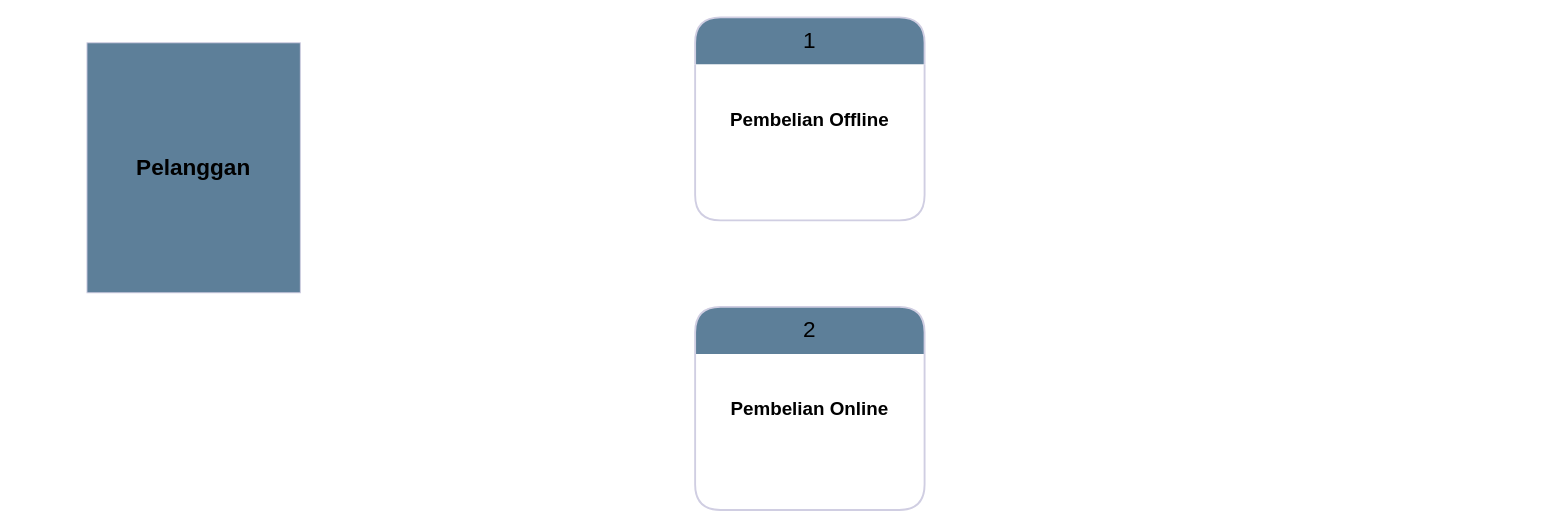
This is DFD kel 1.drawio from shinoaaa/DFD, a draw.io file, before an edit. Source tidied: cells renumbered, new cells numbered last; positions are measured from the earlier drawing's top-left corner, leaving out a move shared by most shapes. Both pictures are drawn from the tidied source at 94%, with x=0, y=0 at pixel (86, 17).
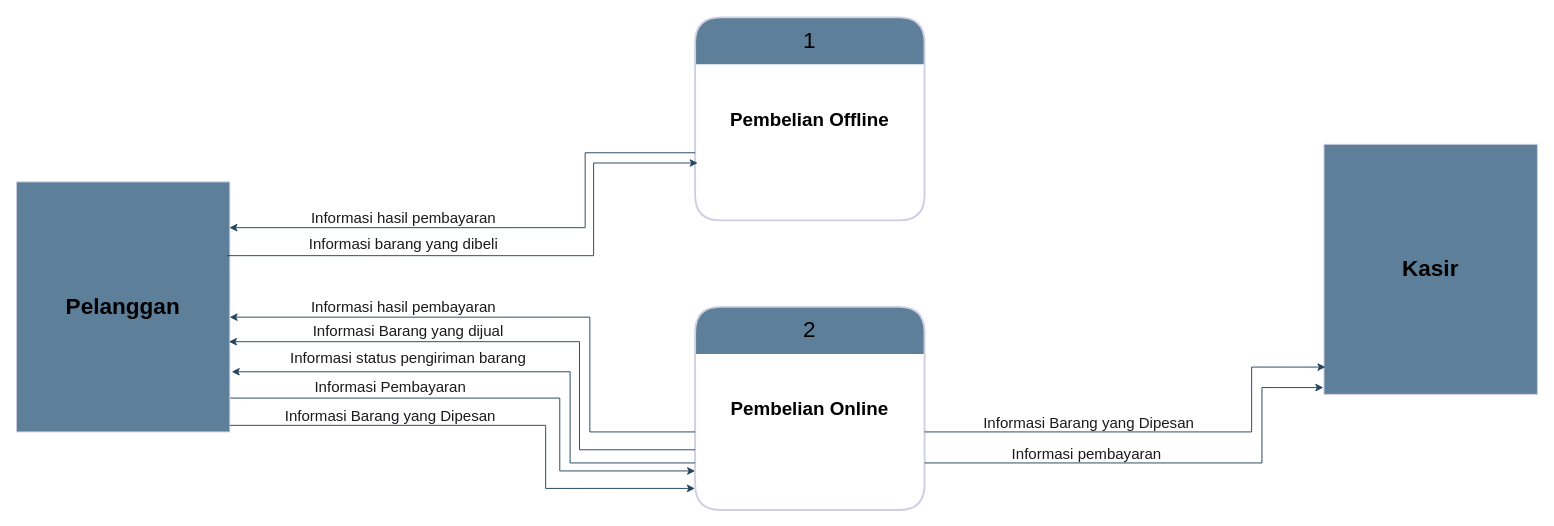
After the change.

The change refers to these unchanged cells:
```xml
<mxCell id="4" value="&lt;h2 style=&quot;&quot;&gt;&lt;font style=&quot;color: light-dark(rgb(0, 0, 0), rgb(18, 18, 18));&quot;&gt;&lt;font style=&quot;font-size: 20px;&quot;&gt;&lt;br&gt;&lt;/font&gt;&lt;font&gt;&lt;span style=&quot;font-size: 20px;&quot;&gt;Pembelian Offline&lt;/span&gt;&lt;/font&gt;&lt;/font&gt;&lt;/h2&gt;" style="align=center;strokeColor=none;fillColor=none;spacingLeft=4;spacingRight=4;fontSize=12;verticalAlign=top;html=1;whiteSpace=wrap;labelBackgroundColor=none;fontColor=#1A1A1A;" parent="3" vertex="1">
  <mxGeometry y="50" width="244.1" height="166" as="geometry" />
</mxCell>
<mxCell id="6" value="&lt;h2 style=&quot;&quot;&gt;&lt;font style=&quot;color: light-dark(rgb(0, 0, 0), rgb(18, 18, 18));&quot;&gt;&lt;font style=&quot;font-size: 20px;&quot;&gt;&lt;br&gt;&lt;/font&gt;&lt;font&gt;&lt;span style=&quot;font-size: 20px;&quot;&gt;Pembelian Online&lt;/span&gt;&lt;/font&gt;&lt;/font&gt;&lt;/h2&gt;" style="align=center;strokeColor=none;fillColor=none;spacingLeft=4;spacingRight=4;fontSize=12;verticalAlign=top;html=1;whiteSpace=wrap;labelBackgroundColor=none;fontColor=#1A1A1A;" parent="5" vertex="1">
  <mxGeometry y="50" width="244.1" height="166" as="geometry" />
</mxCell>
```

What changed in the source:
```diff
@@
+    <mxCell id="7" style="edgeStyle=orthogonalEdgeStyle;rounded=0;jettySize=auto;html=1;entryX=0;entryY=0.75;entryDx=0;entryDy=0;strokeColor=#23445D;" parent="1" edge="1" source="2" target="6">
+      <mxGeometry relative="1" as="geometry">
+        <Array as="points">
+          <mxPoint x="503" y="405" />
+          <mxPoint x="503" y="483" />
+          <mxPoint x="647" y="483" />
+        </Array>
+      </mxGeometry>
+    </mxCell>
     <mxCell id="2" value="&lt;h2&gt;&lt;font style=&quot;font-size: 24px; color: light-dark(rgb(0, 0, 0), rgb(5, 5, 5));&quot;&gt;Pelanggan&lt;/font&gt;&lt;/h2&gt;" style="rounded=0;whiteSpace=wrap;html=1;fillColor=light-dark(#5D7F99,#99CCFF);strokeColor=#D0CEE2;labelBackgroundColor=none;fontColor=#1A1A1A;" parent="1" vertex="1">
-      <mxGeometry y="27" width="227" height="266" as="geometry" />
+      <mxGeometry x="-75" y="175" width="227" height="266" as="geometry" />
     </mxCell>
@@
+    <mxCell id="8" value="&lt;font&gt;Informasi status pengiriman barang&lt;br&gt;&lt;/font&gt;" style="text;html=1;whiteSpace=wrap;strokeColor=none;fillColor=none;align=center;verticalAlign=middle;rounded=0;fontColor=light-dark(#1A1A1A,#0E0E0E);fontSize=16;" parent="1" vertex="1">
+      <mxGeometry x="212" y="354" width="260" height="16" as="geometry" />
+    </mxCell>
+    <mxCell id="9" value="&lt;font&gt;Informasi Pembayaran&lt;br&gt;&lt;/font&gt;" style="text;html=1;whiteSpace=wrap;strokeColor=none;fillColor=none;align=center;verticalAlign=middle;rounded=0;fontColor=light-dark(#1A1A1A,#0E0E0E);fontSize=16;" parent="1" vertex="1">
+      <mxGeometry x="193" y="385" width="260" height="16" as="geometry" />
+    </mxCell>
+    <mxCell id="10" style="edgeStyle=orthogonalEdgeStyle;rounded=0;jettySize=auto;html=1;entryX=-0.001;entryY=0.862;entryDx=0;entryDy=0;entryPerimeter=0;strokeColor=#23445D;" parent="1" edge="1" source="2" target="6">
+      <mxGeometry relative="1" as="geometry">
+        <Array as="points">
+          <mxPoint x="488" y="434" />
+          <mxPoint x="488" y="501" />
+        </Array>
+      </mxGeometry>
+    </mxCell>
+    <mxCell id="11" value="&lt;font&gt;Informasi Barang yang Dipesan&lt;br&gt;&lt;/font&gt;" style="text;html=1;whiteSpace=wrap;strokeColor=none;fillColor=none;align=center;verticalAlign=middle;rounded=0;fontColor=light-dark(#1A1A1A,#0E0E0E);fontSize=16;" parent="1" vertex="1">
+      <mxGeometry x="193" y="416" width="260" height="16" as="geometry" />
+    </mxCell>
+    <mxCell id="12" style="edgeStyle=orthogonalEdgeStyle;rounded=0;jettySize=auto;html=1;strokeColor=#23445D;" parent="1" edge="1" source="6">
+      <mxGeometry relative="1" as="geometry">
+        <mxPoint x="154" y="377" as="targetPoint" />
+        <Array as="points">
+          <mxPoint x="514" y="474" />
+          <mxPoint x="514" y="377" />
+        </Array>
+      </mxGeometry>
+    </mxCell>
+    <mxCell id="13" style="edgeStyle=orthogonalEdgeStyle;rounded=0;jettySize=auto;html=1;strokeColor=#23445D;" parent="1" edge="1" source="6">
+      <mxGeometry relative="1" as="geometry">
+        <mxPoint x="151" y="345" as="targetPoint" />
+        <Array as="points">
+          <mxPoint x="524" y="460" />
+          <mxPoint x="524" y="345" />
+        </Array>
+      </mxGeometry>
+    </mxCell>
+    <mxCell id="14" value="&lt;font&gt;Informasi Barang yang dijual&lt;br&gt;&lt;/font&gt;" style="text;html=1;whiteSpace=wrap;strokeColor=none;fillColor=none;align=center;verticalAlign=middle;rounded=0;fontColor=light-dark(#1A1A1A,#0E0E0E);fontSize=16;" parent="1" vertex="1">
+      <mxGeometry x="212" y="325" width="260" height="16" as="geometry" />
+    </mxCell>
+    <mxCell id="15" style="edgeStyle=orthogonalEdgeStyle;rounded=0;jettySize=auto;html=1;entryX=0.999;entryY=0.541;entryDx=0;entryDy=0;strokeColor=#23445D;entryPerimeter=0;" parent="1" edge="1" source="6" target="2">
+      <mxGeometry relative="1" as="geometry">
+        <Array as="points">
+          <mxPoint x="535" y="441" />
+          <mxPoint x="535" y="319" />
+        </Array>
+      </mxGeometry>
+    </mxCell>
+    <mxCell id="16" value="&lt;font&gt;Informasi hasil pembayaran&lt;br&gt;&lt;/font&gt;" style="text;html=1;whiteSpace=wrap;strokeColor=none;fillColor=none;align=center;verticalAlign=middle;rounded=0;fontColor=light-dark(#1A1A1A,#0E0E0E);fontSize=16;" parent="1" vertex="1">
+      <mxGeometry x="207" y="300" width="260" height="16" as="geometry" />
+    </mxCell>
+    <mxCell id="17" style="edgeStyle=orthogonalEdgeStyle;rounded=0;jettySize=auto;html=1;entryX=0.011;entryY=0.632;entryDx=0;entryDy=0;entryPerimeter=0;strokeColor=#23445D;exitX=0.987;exitY=0.295;exitDx=0;exitDy=0;exitPerimeter=0;" parent="1" edge="1" source="2" target="4">
+      <mxGeometry relative="1" as="geometry">
+        <Array as="points">
+          <mxPoint x="539" y="253" />
+          <mxPoint x="539" y="155" />
+        </Array>
+      </mxGeometry>
+    </mxCell>
+    <mxCell id="18" value="&lt;font&gt;Informasi barang yang dibeli&lt;br&gt;&lt;/font&gt;" style="text;html=1;whiteSpace=wrap;strokeColor=none;fillColor=none;align=center;verticalAlign=middle;rounded=0;fontColor=light-dark(#1A1A1A,#0E0E0E);fontSize=16;" parent="1" vertex="1">
+      <mxGeometry x="207" y="233" width="260" height="16" as="geometry" />
+    </mxCell>
+    <mxCell id="19" style="edgeStyle=orthogonalEdgeStyle;rounded=0;jettySize=auto;html=1;entryX=0.998;entryY=0.183;entryDx=0;entryDy=0;entryPerimeter=0;strokeColor=#23445D;" parent="1" edge="1" source="4" target="2">
+      <mxGeometry relative="1" as="geometry">
+        <Array as="points">
+          <mxPoint x="530" y="144" />
+          <mxPoint x="530" y="224" />
+        </Array>
+      </mxGeometry>
+    </mxCell>
+    <mxCell id="20" value="&lt;font&gt;Informasi hasil pembayaran&lt;br&gt;&lt;/font&gt;" style="text;html=1;whiteSpace=wrap;strokeColor=none;fillColor=none;align=center;verticalAlign=middle;rounded=0;fontColor=light-dark(#1A1A1A,#0E0E0E);fontSize=16;" parent="1" vertex="1">
+      <mxGeometry x="207" y="205" width="260" height="16" as="geometry" />
+    </mxCell>
+    <mxCell id="21" value="&lt;h2&gt;&lt;font style=&quot;font-size: 24px; color: light-dark(rgb(0, 0, 0), rgb(5, 5, 5));&quot;&gt;Kasir&lt;/font&gt;&lt;/h2&gt;" style="rounded=0;whiteSpace=wrap;html=1;fillColor=light-dark(#5D7F99,#99CCFF);strokeColor=#D0CEE2;labelBackgroundColor=none;fontColor=#1A1A1A;" parent="1" vertex="1">
+      <mxGeometry x="1316" y="135" width="227" height="266" as="geometry" />
+    </mxCell>
+    <mxCell id="22" style="edgeStyle=orthogonalEdgeStyle;rounded=0;jettySize=auto;html=1;entryX=0.007;entryY=0.891;entryDx=0;entryDy=0;entryPerimeter=0;strokeColor=#23445D;" parent="1" edge="1" source="6" target="21">
+      <mxGeometry relative="1" as="geometry">
+        <Array as="points">
+          <mxPoint x="1239" y="441" />
+          <mxPoint x="1239" y="372" />
+        </Array>
+      </mxGeometry>
+    </mxCell>
+    <mxCell id="23" value="&lt;font&gt;Informasi Barang yang Dipesan&lt;br&gt;&lt;/font&gt;" style="text;html=1;whiteSpace=wrap;strokeColor=none;fillColor=none;align=center;verticalAlign=middle;rounded=0;fontColor=light-dark(#1A1A1A,#0E0E0E);fontSize=16;" parent="1" vertex="1">
+      <mxGeometry x="936" y="423" width="260" height="16" as="geometry" />
+    </mxCell>
+    <mxCell id="24" style="edgeStyle=orthogonalEdgeStyle;rounded=0;jettySize=auto;html=1;entryX=-0.003;entryY=0.973;entryDx=0;entryDy=0;entryPerimeter=0;strokeColor=#23445D;" parent="1" edge="1" source="6" target="21">
+      <mxGeometry relative="1" as="geometry">
+        <Array as="points">
+          <mxPoint x="1250" y="474" />
+          <mxPoint x="1250" y="394" />
+        </Array>
+      </mxGeometry>
+    </mxCell>
+    <mxCell id="25" value="&lt;font&gt;Informasi pembayaran&amp;nbsp;&lt;br&gt;&lt;/font&gt;" style="text;html=1;whiteSpace=wrap;strokeColor=none;fillColor=none;align=center;verticalAlign=middle;rounded=0;fontColor=light-dark(#1A1A1A,#0E0E0E);fontSize=16;" parent="1" vertex="1">
+      <mxGeometry x="936" y="456" width="260" height="16" as="geometry" />
+    </mxCell>
```
